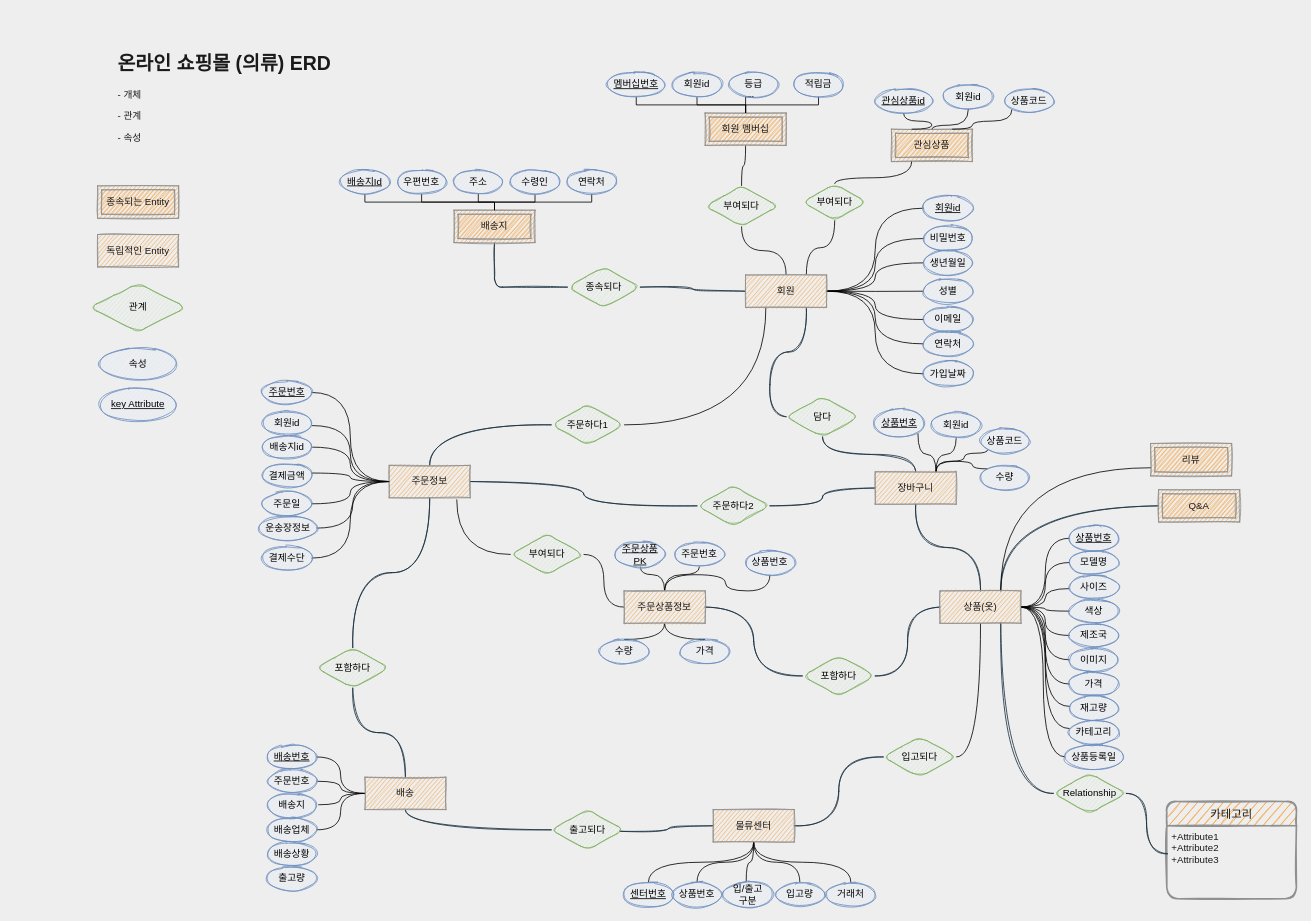
Earlier version of the draw.io diagram page "페이지-2" (2 of 3) of Untitled Diagram.drawio (pcjo1202/DataBase-design). Source tidied: cells renumbered, new cells numbered last; positions are measured from the earlier drawing's top-left corner, leaving out a move shared by most shapes. Both pictures are drawn from the tidied source at 81%, with x=0, y=0 at pixel (89, 48).
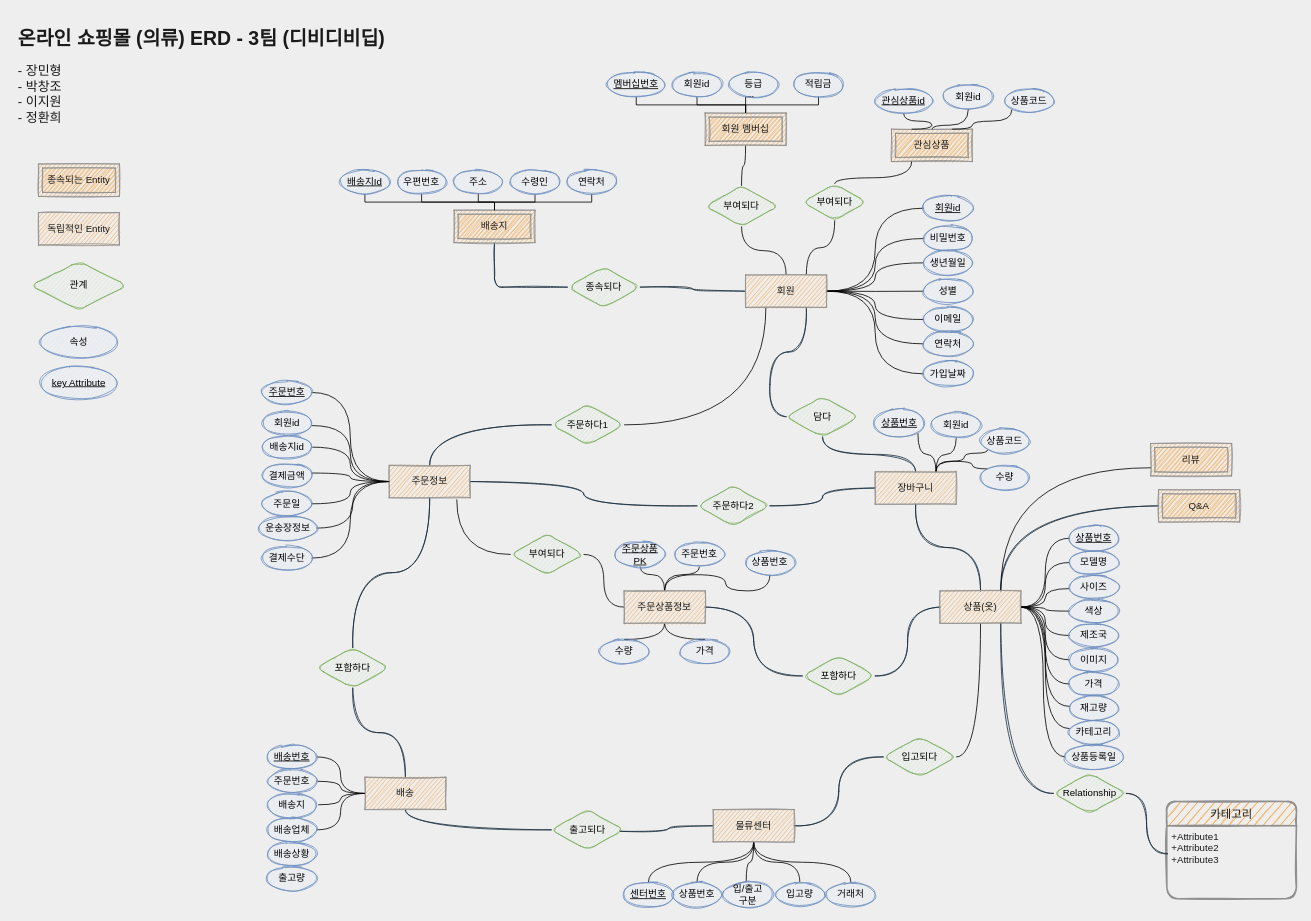
The same page after the edit.

Diff of the diagram source:
```diff
@@
-    <mxCell id="2" value="&lt;h1&gt;온라인 쇼핑몰 (의류) ERD&lt;/h1&gt;&lt;p&gt;- 개체&amp;nbsp;&lt;/p&gt;&lt;p&gt;- 관계&lt;/p&gt;&lt;p&gt;- 속성&lt;/p&gt;" style="text;html=1;strokeColor=none;fillColor=none;spacing=5;spacingTop=-20;whiteSpace=wrap;overflow=hidden;rounded=1;fontColor=#1A1A1A;sketch=1;" parent="1" vertex="1">
-      <mxGeometry x="30" width="310" height="120" as="geometry" />
+    <mxCell id="2" value="&lt;h1&gt;온라인 쇼핑몰 (의류) ERD - 3팀 (디비디비딥)&lt;/h1&gt;&lt;div&gt;&lt;font size=&quot;3&quot;&gt;- 장민형&lt;/font&gt;&lt;/div&gt;&lt;div&gt;&lt;font size=&quot;3&quot;&gt;- 박창조&lt;/font&gt;&lt;/div&gt;&lt;div&gt;&lt;font size=&quot;3&quot;&gt;- 이지원&lt;/font&gt;&lt;/div&gt;&lt;div&gt;&lt;font size=&quot;3&quot;&gt;- 정환희&lt;/font&gt;&lt;/div&gt;&lt;div&gt;&lt;br&gt;&lt;/div&gt;" style="text;html=1;strokeColor=none;fillColor=none;spacing=5;spacingTop=-20;whiteSpace=wrap;overflow=hidden;rounded=1;fontColor=#1A1A1A;sketch=1;" parent="1" vertex="1">
+      <mxGeometry x="-93" y="-32" width="490" height="130" as="geometry" />
     </mxCell>
@@
     <mxCell id="47" value="종속되는 Entity" style="shape=ext;margin=3;double=1;whiteSpace=wrap;html=1;align=center;rounded=0;sketch=1;fontColor=#1A1A1A;strokeColor=#909090;fillColor=#F5AB50;" parent="1" vertex="1">
-      <mxGeometry x="10" y="170" width="100" height="40" as="geometry" />
+      <mxGeometry x="-63" y="143" width="100" height="40" as="geometry" />
     </mxCell>
     <mxCell id="48" value="독립적인 Entity" style="whiteSpace=wrap;html=1;align=center;rounded=0;sketch=1;fontColor=#1A1A1A;strokeColor=#909090;fillColor=#F5AB50;" parent="1" vertex="1">
-      <mxGeometry x="10" y="230" width="100" height="40" as="geometry" />
+      <mxGeometry x="-63" y="203" width="100" height="40" as="geometry" />
     </mxCell>
     <mxCell id="49" value="관계" style="shape=rhombus;perimeter=rhombusPerimeter;whiteSpace=wrap;html=1;align=center;fillColor=#d5e8d4;strokeColor=#82b366;sketch=1;rounded=1;" parent="1" vertex="1">
-      <mxGeometry y="290" width="120" height="60" as="geometry" />
+      <mxGeometry x="-73" y="263" width="120" height="60" as="geometry" />
     </mxCell>
     <mxCell id="50" value="속성" style="ellipse;whiteSpace=wrap;html=1;align=center;rounded=0;sketch=1;strokeColor=#6c8ebf;fillColor=#dae8fc;" parent="1" vertex="1">
-      <mxGeometry x="10" y="370" width="100" height="40" as="geometry" />
+      <mxGeometry x="-63" y="343" width="100" height="40" as="geometry" />
     </mxCell>
     <mxCell id="51" value="key Attribute" style="ellipse;whiteSpace=wrap;html=1;align=center;fontStyle=4;rounded=0;sketch=1;strokeColor=#6c8ebf;fillColor=#dae8fc;" parent="1" vertex="1">
-      <mxGeometry x="10" y="420" width="100" height="40" as="geometry" />
+      <mxGeometry x="-63" y="393" width="100" height="40" as="geometry" />
     </mxCell>
```
